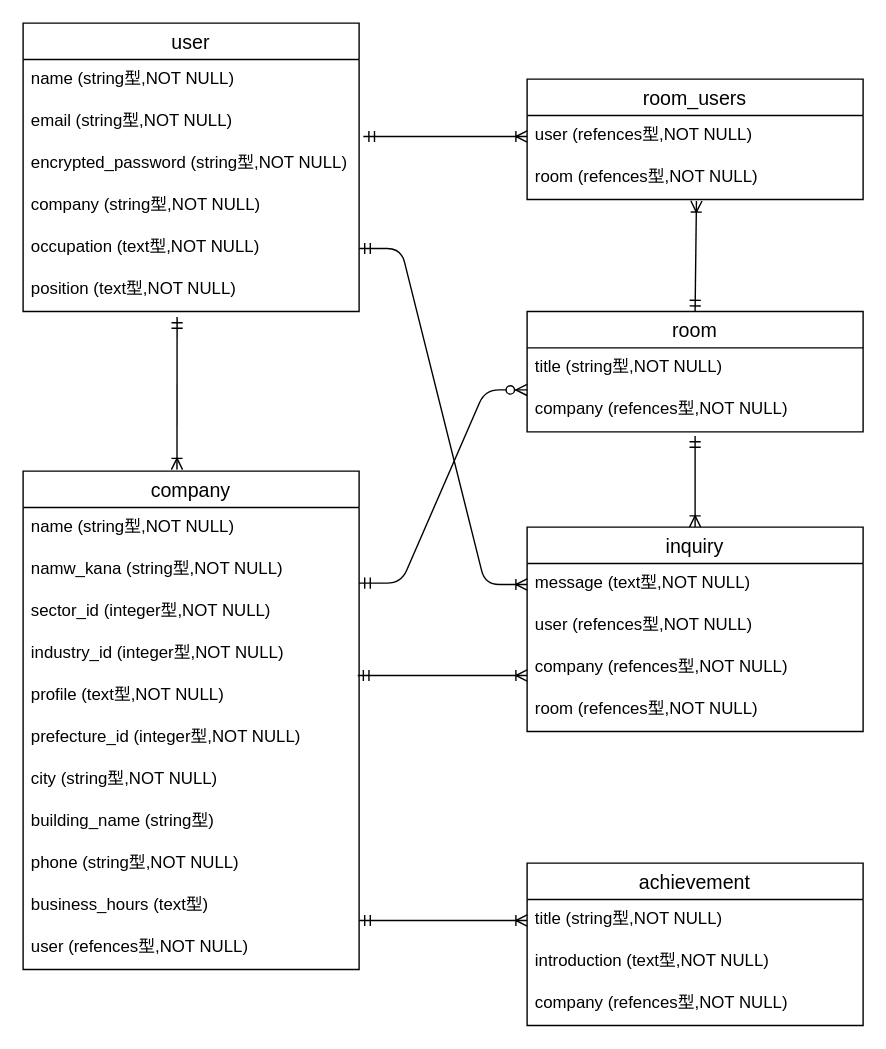
This is work_together.dio from sekikazuya/work_together, a draw.io file, before an edit. Source tidied: cells renumbered, new cells numbered last; positions are measured from the earlier drawing's top-left corner, leaving out a move shared by most shapes. Both pictures are drawn from the tidied source at 140%, with x=0, y=0 at pixel (22, 22).
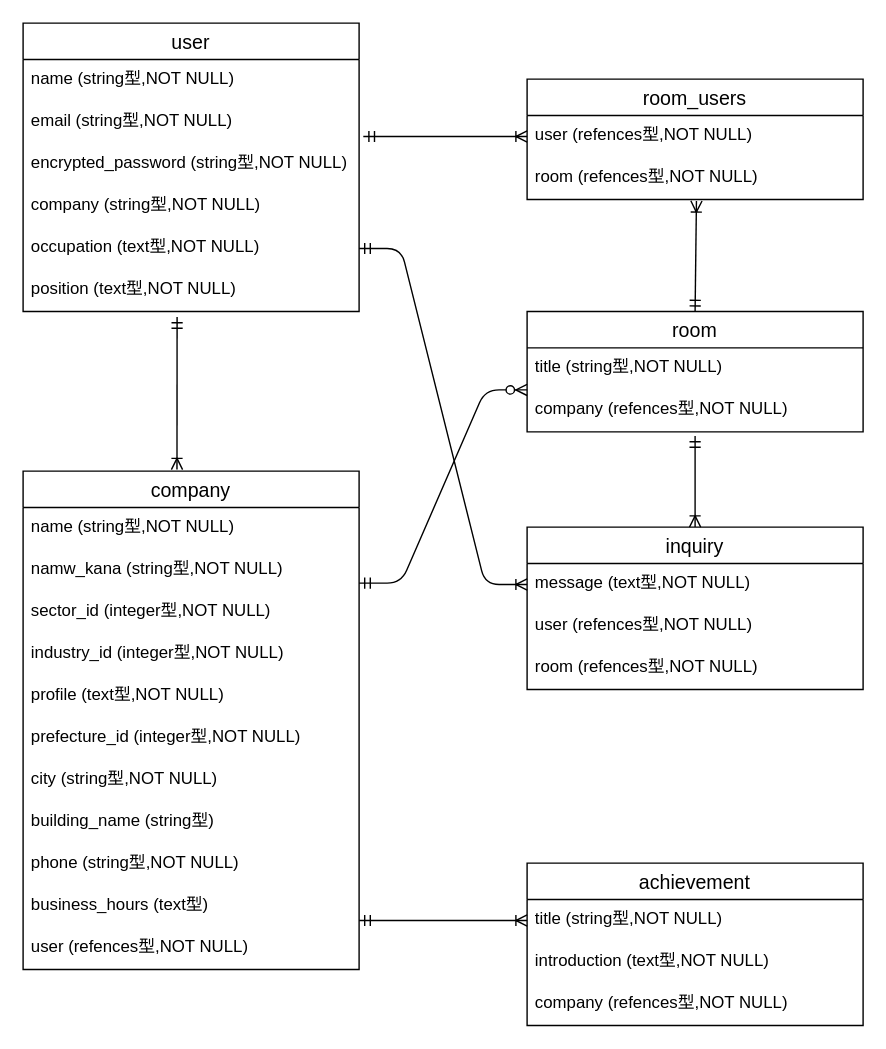
Above is the later version.

The change refers to these unchanged cells:
```xml
<mxCell id="14" value="profile (text型,NOT NULL)" style="text;strokeColor=none;fillColor=none;spacingLeft=4;spacingRight=4;overflow=hidden;points=[[0,0.5],[1,0.5]];portConstraint=eastwest;fontSize=12;" parent="9" vertex="1">
  <mxGeometry y="146" width="240" height="30" as="geometry" />
</mxCell>
```

Change to the diagram source:
```diff
@@
     <mxCell id="27" value="inquiry" style="swimlane;fontStyle=0;horizontal=1;startSize=26;align=center;fontSize=14;" parent="1" vertex="1">
-      <mxGeometry x="360" y="360" width="240" height="146" as="geometry" />
+      <mxGeometry x="360" y="360" width="240" height="116" as="geometry" />
     </mxCell>
@@
-    <mxCell id="30" value="company (refences型,NOT NULL)" style="text;strokeColor=none;fillColor=none;spacingLeft=4;spacingRight=4;overflow=hidden;fontSize=12;" parent="27" vertex="1">
-      <mxGeometry y="86" width="240" height="30" as="geometry" />
-    </mxCell>
     <mxCell id="31" value="room (refences型,NOT NULL)" style="text;strokeColor=none;fillColor=none;spacingLeft=4;spacingRight=4;overflow=hidden;fontSize=12;" parent="27" vertex="1">
-      <mxGeometry y="116" width="240" height="30" as="geometry" />
+      <mxGeometry y="86" width="240" height="30" as="geometry" />
     </mxCell>
@@
-    <mxCell id="42" style="fontSize=12;html=1;endArrow=ERoneToMany;startArrow=ERmandOne;exitX=0.996;exitY=0;exitDx=0;exitDy=0;exitPerimeter=0;" parent="1" edge="1" source="14">
-      <mxGeometry relative="1" as="geometry">
-        <mxPoint x="360" y="466" as="targetPoint" />
-      </mxGeometry>
-    </mxCell>
```
